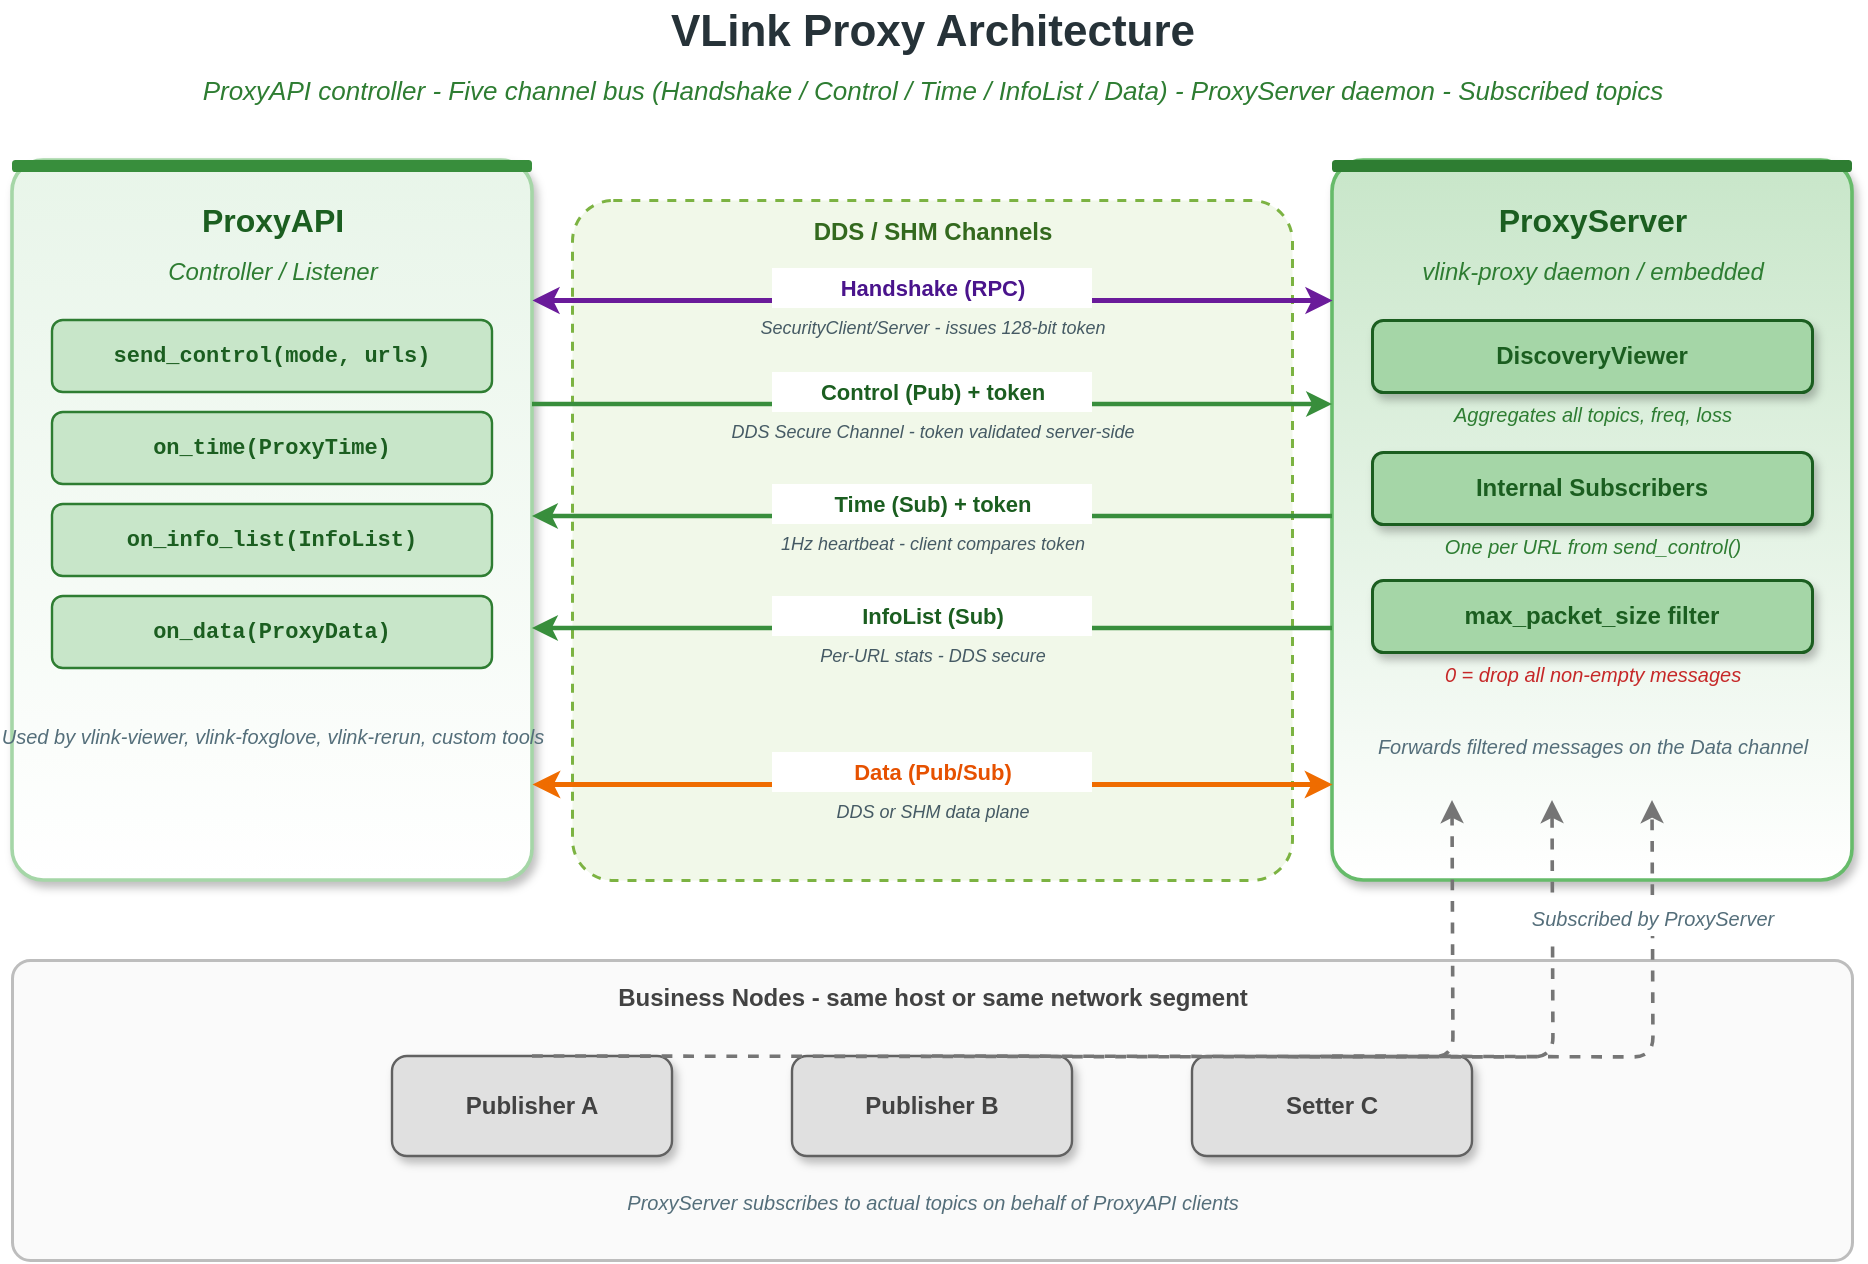
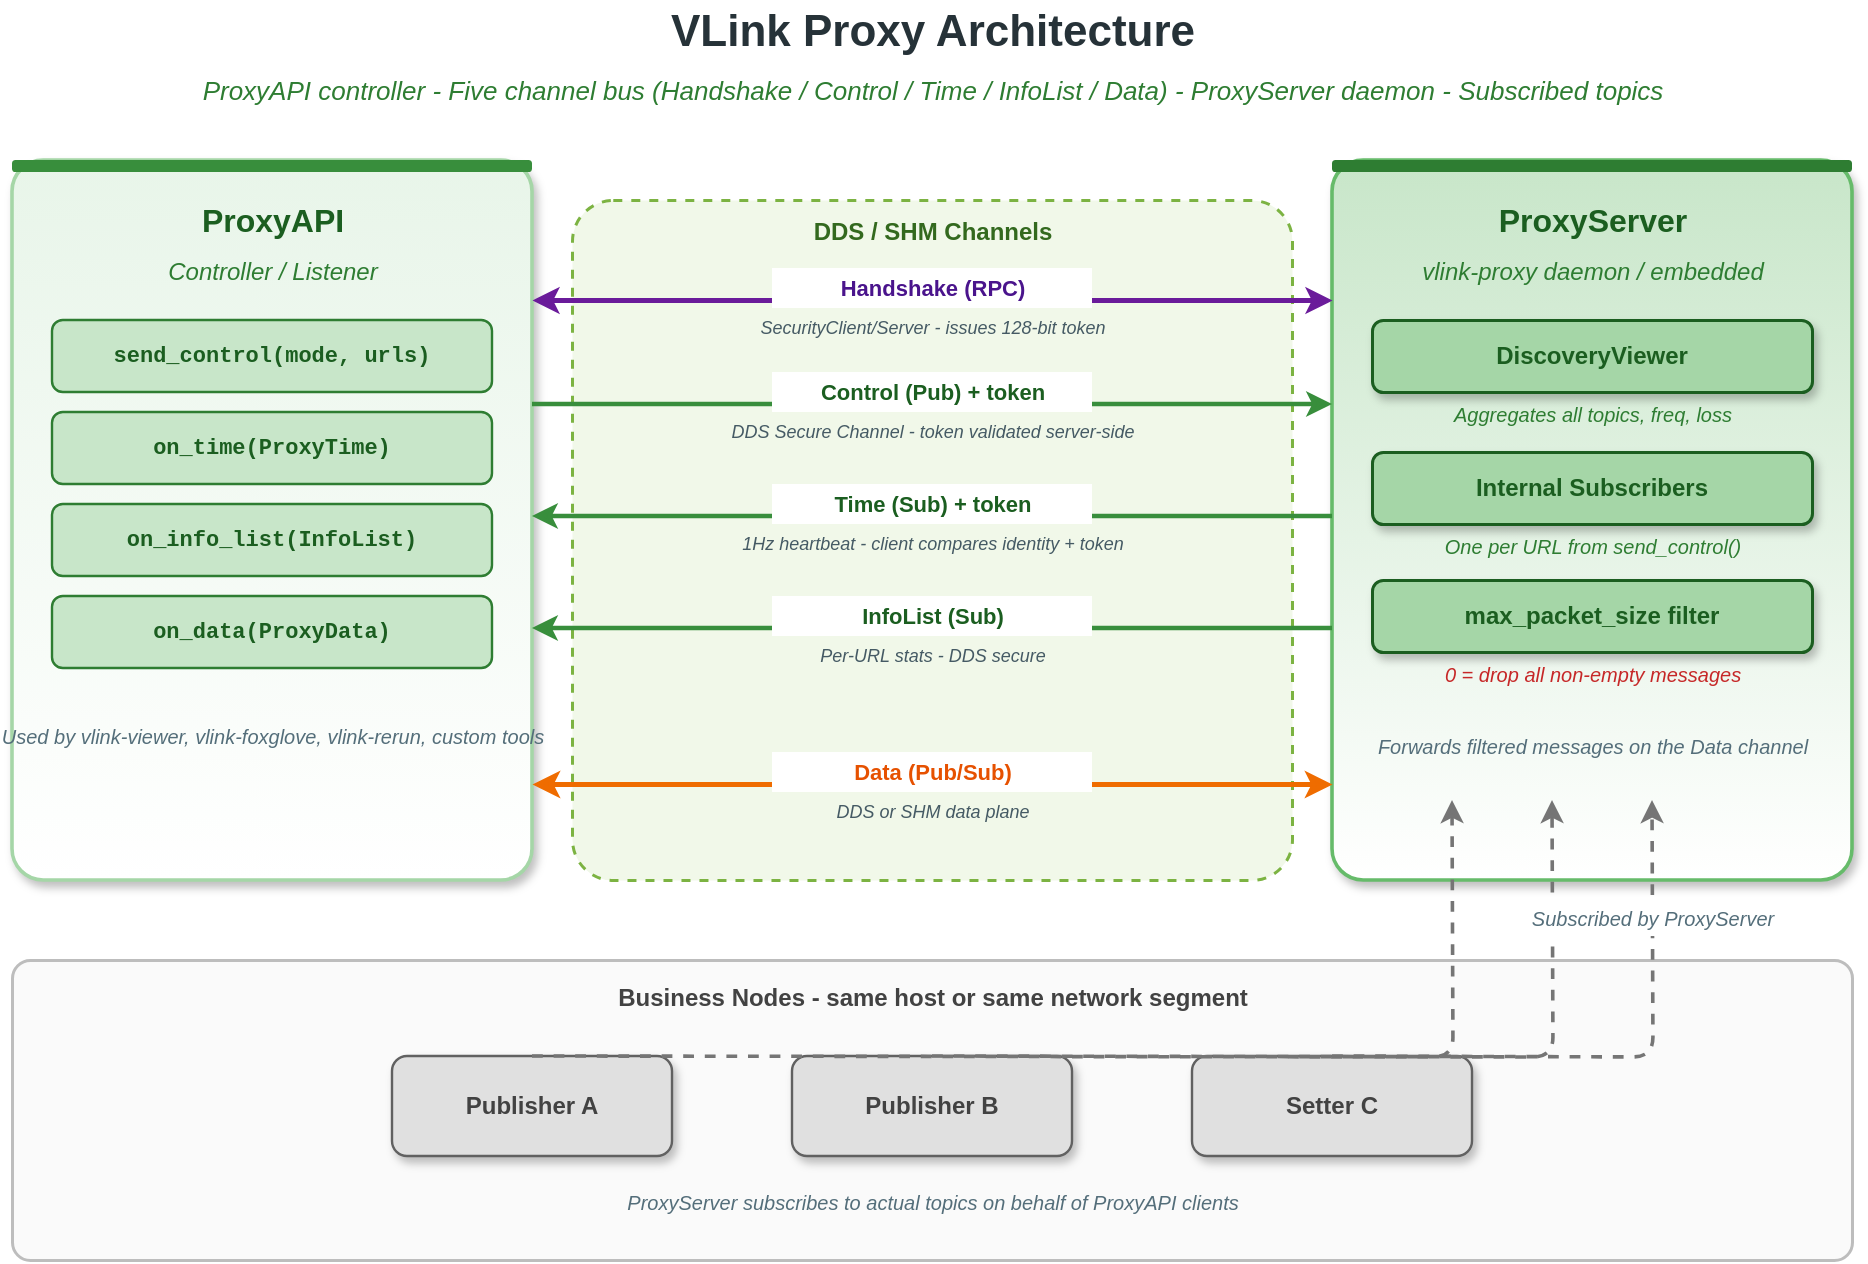
<mxfile host="app.diagrams.net" modified="2026-04-23T00:00:00.000Z" agent="Claude" version="24.0.0" type="device">
  <diagram id="proxy-architecture" name="Proxy Architecture">
    <mxGraphModel dx="1000" dy="680" grid="0" gridSize="10" guides="1" tooltips="1" connect="1" arrows="1" fold="1" page="1" pageScale="1" pageWidth="1000" pageHeight="680" math="0" shadow="0">
      <root>
        <mxCell id="0" />
        <mxCell id="1" parent="0" />

        <!-- Title -->
        <mxCell id="title" value="VLink Proxy Architecture" style="text;html=1;align=center;verticalAlign=middle;strokeColor=none;fillColor=none;fontSize=22;fontStyle=1;fontColor=#263238;" vertex="1" parent="1">
          <mxGeometry x="40" y="20" width="920" height="32" as="geometry" />
        </mxCell>
        <mxCell id="subtitle" value="ProxyAPI controller  -  Five channel bus (Handshake / Control / Time / InfoList / Data)  -  ProxyServer daemon  -  Subscribed topics" style="text;html=1;align=center;verticalAlign=middle;strokeColor=none;fillColor=none;fontSize=13;fontStyle=2;fontColor=#2e7d32;" vertex="1" parent="1">
          <mxGeometry x="40" y="54" width="920" height="22" as="geometry" />
        </mxCell>

        <!-- Left: ProxyAPI (green) -->
        <mxCell id="api_box" value="" style="rounded=1;whiteSpace=wrap;html=1;fillColor=#ffffff;strokeColor=#a5d6a7;strokeWidth=1.8;arcSize=6;shadow=1;gradientColor=#e8f5e9;gradientDirection=north;" vertex="1" parent="1">
          <mxGeometry x="40" y="100" width="260" height="360" as="geometry" />
        </mxCell>
        <mxCell id="api_bar" value="" style="rounded=1;whiteSpace=wrap;html=1;fillColor=#388e3c;strokeColor=none;arcSize=30;" vertex="1" parent="1">
          <mxGeometry x="40" y="100" width="260" height="6" as="geometry" />
        </mxCell>
        <mxCell id="api_t" value="ProxyAPI" style="text;html=1;align=center;verticalAlign=middle;strokeColor=none;fillColor=none;fontSize=16;fontStyle=1;fontColor=#1b5e20;" vertex="1" parent="1">
          <mxGeometry x="54" y="116" width="232" height="28" as="geometry" />
        </mxCell>
        <mxCell id="api_st" value="Controller / Listener" style="text;html=1;align=center;verticalAlign=middle;strokeColor=none;fillColor=none;fontSize=12;fontStyle=2;fontColor=#2e7d32;" vertex="1" parent="1">
          <mxGeometry x="54" y="146" width="232" height="20" as="geometry" />
        </mxCell>
        <mxCell id="api_role1" value="send_control(mode, urls)" style="rounded=1;whiteSpace=wrap;html=1;fillColor=#c8e6c9;strokeColor=#2e7d32;strokeWidth=1.2;fontSize=11;fontFamily=Courier New;fontStyle=1;fontColor=#1b5e20;align=center;" vertex="1" parent="1">
          <mxGeometry x="60" y="180" width="220" height="36" as="geometry" />
        </mxCell>
        <mxCell id="api_role2" value="on_time(ProxyTime)" style="rounded=1;whiteSpace=wrap;html=1;fillColor=#c8e6c9;strokeColor=#2e7d32;strokeWidth=1.2;fontSize=11;fontFamily=Courier New;fontStyle=1;fontColor=#1b5e20;align=center;" vertex="1" parent="1">
          <mxGeometry x="60" y="226" width="220" height="36" as="geometry" />
        </mxCell>
        <mxCell id="api_role3" value="on_info_list(InfoList)" style="rounded=1;whiteSpace=wrap;html=1;fillColor=#c8e6c9;strokeColor=#2e7d32;strokeWidth=1.2;fontSize=11;fontFamily=Courier New;fontStyle=1;fontColor=#1b5e20;align=center;" vertex="1" parent="1">
          <mxGeometry x="60" y="272" width="220" height="36" as="geometry" />
        </mxCell>
        <mxCell id="api_role4" value="on_data(ProxyData)" style="rounded=1;whiteSpace=wrap;html=1;fillColor=#c8e6c9;strokeColor=#2e7d32;strokeWidth=1.2;fontSize=11;fontFamily=Courier New;fontStyle=1;fontColor=#1b5e20;align=center;" vertex="1" parent="1">
          <mxGeometry x="60" y="318" width="220" height="36" as="geometry" />
        </mxCell>
        <mxCell id="api_note" value="Used by vlink-viewer, vlink-foxglove, vlink-rerun, custom tools" style="text;html=1;align=center;verticalAlign=middle;strokeColor=none;fillColor=none;fontSize=10;fontStyle=2;fontColor=#546e7a;" vertex="1" parent="1">
          <mxGeometry x="54" y="368" width="232" height="40" as="geometry" />
        </mxCell>

        <!-- Right: ProxyServer (green darker) -->
        <mxCell id="srv_box" value="" style="rounded=1;whiteSpace=wrap;html=1;fillColor=#ffffff;strokeColor=#66bb6a;strokeWidth=1.8;arcSize=6;shadow=1;gradientColor=#c8e6c9;gradientDirection=north;" vertex="1" parent="1">
          <mxGeometry x="700" y="100" width="260" height="360" as="geometry" />
        </mxCell>
        <mxCell id="srv_bar" value="" style="rounded=1;whiteSpace=wrap;html=1;fillColor=#2e7d32;strokeColor=none;arcSize=30;" vertex="1" parent="1">
          <mxGeometry x="700" y="100" width="260" height="6" as="geometry" />
        </mxCell>
        <mxCell id="srv_t" value="ProxyServer" style="text;html=1;align=center;verticalAlign=middle;strokeColor=none;fillColor=none;fontSize=16;fontStyle=1;fontColor=#1b5e20;" vertex="1" parent="1">
          <mxGeometry x="714" y="116" width="232" height="28" as="geometry" />
        </mxCell>
        <mxCell id="srv_st" value="vlink-proxy daemon / embedded" style="text;html=1;align=center;verticalAlign=middle;strokeColor=none;fillColor=none;fontSize=12;fontStyle=2;fontColor=#2e7d32;" vertex="1" parent="1">
          <mxGeometry x="714" y="146" width="232" height="20" as="geometry" />
        </mxCell>
        <mxCell id="srv_dv" value="DiscoveryViewer" style="rounded=1;whiteSpace=wrap;html=1;fillColor=#a5d6a7;strokeColor=#1b5e20;strokeWidth=1.5;fontSize=12;fontStyle=1;fontColor=#1b5e20;align=center;shadow=1;" vertex="1" parent="1">
          <mxGeometry x="720" y="180" width="220" height="36" as="geometry" />
        </mxCell>
        <mxCell id="srv_dv2" value="Aggregates all topics, freq, loss" style="text;html=1;align=center;verticalAlign=middle;strokeColor=none;fillColor=none;fontSize=10;fontStyle=2;fontColor=#2e7d32;" vertex="1" parent="1">
          <mxGeometry x="720" y="218" width="220" height="18" as="geometry" />
        </mxCell>
        <mxCell id="srv_ch" value="Internal Subscribers" style="rounded=1;whiteSpace=wrap;html=1;fillColor=#a5d6a7;strokeColor=#1b5e20;strokeWidth=1.5;fontSize=12;fontStyle=1;fontColor=#1b5e20;align=center;shadow=1;" vertex="1" parent="1">
          <mxGeometry x="720" y="246" width="220" height="36" as="geometry" />
        </mxCell>
        <mxCell id="srv_ch2" value="One per URL from send_control()" style="text;html=1;align=center;verticalAlign=middle;strokeColor=none;fillColor=none;fontSize=10;fontStyle=2;fontColor=#2e7d32;" vertex="1" parent="1">
          <mxGeometry x="720" y="284" width="220" height="18" as="geometry" />
        </mxCell>
        <mxCell id="srv_mp" value="max_packet_size filter" style="rounded=1;whiteSpace=wrap;html=1;fillColor=#a5d6a7;strokeColor=#1b5e20;strokeWidth=1.5;fontSize=12;fontStyle=1;fontColor=#1b5e20;align=center;shadow=1;" vertex="1" parent="1">
          <mxGeometry x="720" y="310" width="220" height="36" as="geometry" />
        </mxCell>
        <mxCell id="srv_mp2" value="0 = drop all non-empty messages" style="text;html=1;align=center;verticalAlign=middle;strokeColor=none;fillColor=none;fontSize=10;fontStyle=2;fontColor=#c62828;" vertex="1" parent="1">
          <mxGeometry x="720" y="348" width="220" height="18" as="geometry" />
        </mxCell>
        <mxCell id="srv_note" value="Forwards filtered messages on the Data channel" style="text;html=1;align=center;verticalAlign=middle;strokeColor=none;fillColor=none;fontSize=10;fontStyle=2;fontColor=#546e7a;" vertex="1" parent="1">
          <mxGeometry x="714" y="378" width="232" height="30" as="geometry" />
        </mxCell>

        <!-- Middle: Channel bus -->
        <mxCell id="bus_bg" value="" style="rounded=1;whiteSpace=wrap;html=1;fillColor=#f1f8e9;strokeColor=#7cb342;strokeWidth=1.5;arcSize=6;dashed=1;" vertex="1" parent="1">
          <mxGeometry x="320" y="120" width="360" height="340" as="geometry" />
        </mxCell>
        <mxCell id="bus_t" value="DDS / SHM Channels" style="text;html=1;align=center;verticalAlign=middle;strokeColor=none;fillColor=none;fontSize=12;fontStyle=1;fontColor=#33691e;" vertex="1" parent="1">
          <mxGeometry x="320" y="126" width="360" height="20" as="geometry" />
        </mxCell>

        <!-- Channel 0: Handshake RPC (API -> Server, response Server -> API) -->
        <mxCell id="ch0_arr" value="" style="endArrow=classic;startArrow=classic;endFill=1;startFill=1;html=1;strokeColor=#6a1b9a;strokeWidth=2.4;" edge="1" parent="1">
          <mxGeometry relative="1" as="geometry">
            <mxPoint x="300" y="170" as="sourcePoint" />
            <mxPoint x="700" y="170" as="targetPoint" />
          </mxGeometry>
        </mxCell>
        <mxCell id="ch0_l" value="Handshake (RPC)" style="text;html=1;align=center;verticalAlign=middle;strokeColor=none;fillColor=#ffffff;fontSize=11;fontStyle=1;fontColor=#4a148c;labelBackgroundColor=#ffffff;" vertex="1" parent="1">
          <mxGeometry x="420" y="154" width="160" height="20" as="geometry" />
        </mxCell>
        <mxCell id="ch0_s" value="SecurityClient/Server - issues 128-bit token" style="text;html=1;align=center;verticalAlign=middle;strokeColor=none;fillColor=none;fontSize=9;fontStyle=2;fontColor=#455a64;" vertex="1" parent="1">
          <mxGeometry x="400" y="176" width="200" height="16" as="geometry" />
        </mxCell>

        <!-- Channel 1: Control (API -> Server, token-stamped) -->
        <mxCell id="ch1_arr" value="" style="endArrow=classic;endFill=1;html=1;strokeColor=#388e3c;strokeWidth=2.2;" edge="1" parent="1">
          <mxGeometry relative="1" as="geometry">
            <mxPoint x="300" y="222" as="sourcePoint" />
            <mxPoint x="700" y="222" as="targetPoint" />
          </mxGeometry>
        </mxCell>
        <mxCell id="ch1_l" value="Control (Pub) + token" style="text;html=1;align=center;verticalAlign=middle;strokeColor=none;fillColor=#ffffff;fontSize=11;fontStyle=1;fontColor=#1b5e20;labelBackgroundColor=#ffffff;" vertex="1" parent="1">
          <mxGeometry x="420" y="206" width="160" height="20" as="geometry" />
        </mxCell>
        <mxCell id="ch1_s" value="DDS Secure Channel - token validated server-side" style="text;html=1;align=center;verticalAlign=middle;strokeColor=none;fillColor=none;fontSize=9;fontStyle=2;fontColor=#455a64;" vertex="1" parent="1">
          <mxGeometry x="400" y="228" width="200" height="16" as="geometry" />
        </mxCell>

        <!-- Channel 2: Time (Server -> API, token echoed) -->
        <mxCell id="ch2_arr" value="" style="endArrow=classic;endFill=1;html=1;strokeColor=#388e3c;strokeWidth=2.2;" edge="1" parent="1">
          <mxGeometry relative="1" as="geometry">
            <mxPoint x="700" y="278" as="sourcePoint" />
            <mxPoint x="300" y="278" as="targetPoint" />
          </mxGeometry>
        </mxCell>
        <mxCell id="ch2_l" value="Time (Sub) + token" style="text;html=1;align=center;verticalAlign=middle;strokeColor=none;fillColor=#ffffff;fontSize=11;fontStyle=1;fontColor=#1b5e20;labelBackgroundColor=#ffffff;" vertex="1" parent="1">
          <mxGeometry x="420" y="262" width="160" height="20" as="geometry" />
        </mxCell>
-         <mxCell id="ch2_s" value="1Hz heartbeat - client compares token" style="text;html=1;align=center;verticalAlign=middle;strokeColor=none;fillColor=none;fontSize=9;fontStyle=2;fontColor=#455a64;" vertex="1" parent="1">
-           <mxGeometry x="400" y="284" width="200" height="16" as="geometry" />
+         <mxCell id="ch2_s" value="1Hz heartbeat - client compares identity + token" style="text;html=1;align=center;verticalAlign=middle;strokeColor=none;fillColor=none;fontSize=9;fontStyle=2;fontColor=#455a64;" vertex="1" parent="1">
+           <mxGeometry x="380" y="284" width="240" height="16" as="geometry" />
        </mxCell>

        <!-- Channel 3: InfoList (Server -> API) -->
        <mxCell id="ch3_arr" value="" style="endArrow=classic;endFill=1;html=1;strokeColor=#388e3c;strokeWidth=2.2;" edge="1" parent="1">
          <mxGeometry relative="1" as="geometry">
            <mxPoint x="700" y="334" as="sourcePoint" />
            <mxPoint x="300" y="334" as="targetPoint" />
          </mxGeometry>
        </mxCell>
        <mxCell id="ch3_l" value="InfoList (Sub)" style="text;html=1;align=center;verticalAlign=middle;strokeColor=none;fillColor=#ffffff;fontSize=11;fontStyle=1;fontColor=#1b5e20;labelBackgroundColor=#ffffff;" vertex="1" parent="1">
          <mxGeometry x="420" y="318" width="160" height="20" as="geometry" />
        </mxCell>
        <mxCell id="ch3_s" value="Per-URL stats - DDS secure" style="text;html=1;align=center;verticalAlign=middle;strokeColor=none;fillColor=none;fontSize=9;fontStyle=2;fontColor=#455a64;" vertex="1" parent="1">
          <mxGeometry x="420" y="340" width="160" height="16" as="geometry" />
        </mxCell>

        <!-- Channel 4: Data (bidirectional) -->
        <mxCell id="ch4_arr" value="" style="endArrow=classic;endFill=1;startArrow=classic;startFill=1;html=1;strokeColor=#ef6c00;strokeWidth=2.5;" edge="1" parent="1">
          <mxGeometry relative="1" as="geometry">
            <mxPoint x="300" y="412" as="sourcePoint" />
            <mxPoint x="700" y="412" as="targetPoint" />
          </mxGeometry>
        </mxCell>
        <mxCell id="ch4_l" value="Data (Pub/Sub)" style="text;html=1;align=center;verticalAlign=middle;strokeColor=none;fillColor=#ffffff;fontSize=11;fontStyle=1;fontColor=#e65100;labelBackgroundColor=#ffffff;" vertex="1" parent="1">
          <mxGeometry x="420" y="396" width="160" height="20" as="geometry" />
        </mxCell>
        <mxCell id="ch4_s" value="DDS or SHM data plane" style="text;html=1;align=center;verticalAlign=middle;strokeColor=none;fillColor=none;fontSize=9;fontStyle=2;fontColor=#455a64;" vertex="1" parent="1">
          <mxGeometry x="420" y="418" width="160" height="16" as="geometry" />
        </mxCell>

        <!-- Bottom: Business nodes -->
        <mxCell id="biz_bg" value="" style="rounded=1;whiteSpace=wrap;html=1;fillColor=#fafafa;strokeColor=#bdbdbd;strokeWidth=1.5;arcSize=6;" vertex="1" parent="1">
          <mxGeometry x="40" y="500" width="920" height="150" as="geometry" />
        </mxCell>
        <mxCell id="biz_t" value="Business Nodes  -  same host or same network segment" style="text;html=1;align=center;verticalAlign=middle;strokeColor=none;fillColor=none;fontSize=12;fontStyle=1;fontColor=#424242;" vertex="1" parent="1">
          <mxGeometry x="40" y="508" width="920" height="22" as="geometry" />
        </mxCell>
        <mxCell id="biz1" value="Publisher A" style="rounded=1;whiteSpace=wrap;html=1;fillColor=#e0e0e0;strokeColor=#616161;strokeWidth=1.2;fontSize=12;fontStyle=1;fontColor=#424242;align=center;shadow=1;" vertex="1" parent="1">
          <mxGeometry x="230" y="548" width="140" height="50" as="geometry" />
        </mxCell>
        <mxCell id="biz2" value="Publisher B" style="rounded=1;whiteSpace=wrap;html=1;fillColor=#e0e0e0;strokeColor=#616161;strokeWidth=1.2;fontSize=12;fontStyle=1;fontColor=#424242;align=center;shadow=1;" vertex="1" parent="1">
          <mxGeometry x="430" y="548" width="140" height="50" as="geometry" />
        </mxCell>
        <mxCell id="biz3" value="Setter C" style="rounded=1;whiteSpace=wrap;html=1;fillColor=#e0e0e0;strokeColor=#616161;strokeWidth=1.2;fontSize=12;fontStyle=1;fontColor=#424242;align=center;shadow=1;" vertex="1" parent="1">
          <mxGeometry x="630" y="548" width="140" height="50" as="geometry" />
        </mxCell>
        <mxCell id="biz_note" value="ProxyServer subscribes to actual topics on behalf of ProxyAPI clients" style="text;html=1;align=center;verticalAlign=middle;strokeColor=none;fillColor=none;fontSize=10;fontStyle=2;fontColor=#546e7a;" vertex="1" parent="1">
          <mxGeometry x="40" y="610" width="920" height="22" as="geometry" />
        </mxCell>

        <!-- Arrows from biz nodes up to ProxyServer -->
        <mxCell id="biz1_arr" value="" style="endArrow=classic;endFill=1;html=1;strokeColor=#757575;strokeWidth=1.8;dashed=1;edgeStyle=orthogonalEdgeStyle;rounded=1;" edge="1" parent="1">
          <mxGeometry relative="1" as="geometry">
            <mxPoint x="300" y="548" as="sourcePoint" />
            <mxPoint x="760" y="420" as="targetPoint" />
          </mxGeometry>
        </mxCell>
        <mxCell id="biz2_arr" value="" style="endArrow=classic;endFill=1;html=1;strokeColor=#757575;strokeWidth=1.8;dashed=1;edgeStyle=orthogonalEdgeStyle;rounded=1;" edge="1" parent="1">
          <mxGeometry relative="1" as="geometry">
            <mxPoint x="500" y="548" as="sourcePoint" />
            <mxPoint x="810" y="420" as="targetPoint" />
          </mxGeometry>
        </mxCell>
        <mxCell id="biz3_arr" value="" style="endArrow=classic;endFill=1;html=1;strokeColor=#757575;strokeWidth=1.8;dashed=1;edgeStyle=orthogonalEdgeStyle;rounded=1;" edge="1" parent="1">
          <mxGeometry relative="1" as="geometry">
            <mxPoint x="700" y="548" as="sourcePoint" />
            <mxPoint x="860" y="420" as="targetPoint" />
          </mxGeometry>
        </mxCell>
        <mxCell id="biz_arr_l" value="Subscribed by ProxyServer" style="text;html=1;align=center;verticalAlign=middle;strokeColor=none;fillColor=#ffffff;fontSize=10;fontStyle=2;fontColor=#546e7a;labelBackgroundColor=#ffffff;" vertex="1" parent="1">
          <mxGeometry x="780" y="470" width="160" height="18" as="geometry" />
        </mxCell>

      </root>
    </mxGraphModel>
  </diagram>
</mxfile>
